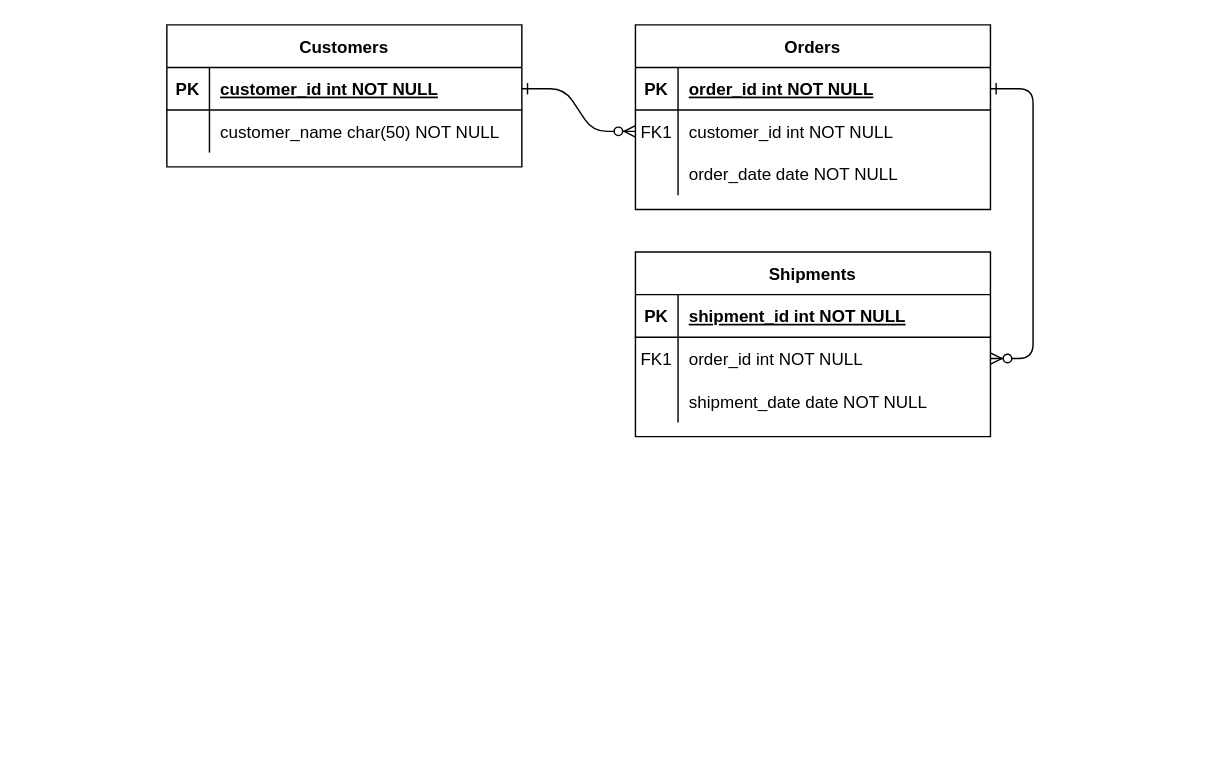
Before: 名称未設定ファイル.drawio in daichi-50/make_ER, a draw.io diagram. Source tidied: cells renumbered, new cells numbered last; positions are measured from the earlier drawing's top-left corner, leaving out a move shared by most shapes. Both pictures are drawn from the tidied source at 142%, with x=0, y=0 at pixel (166, 24).
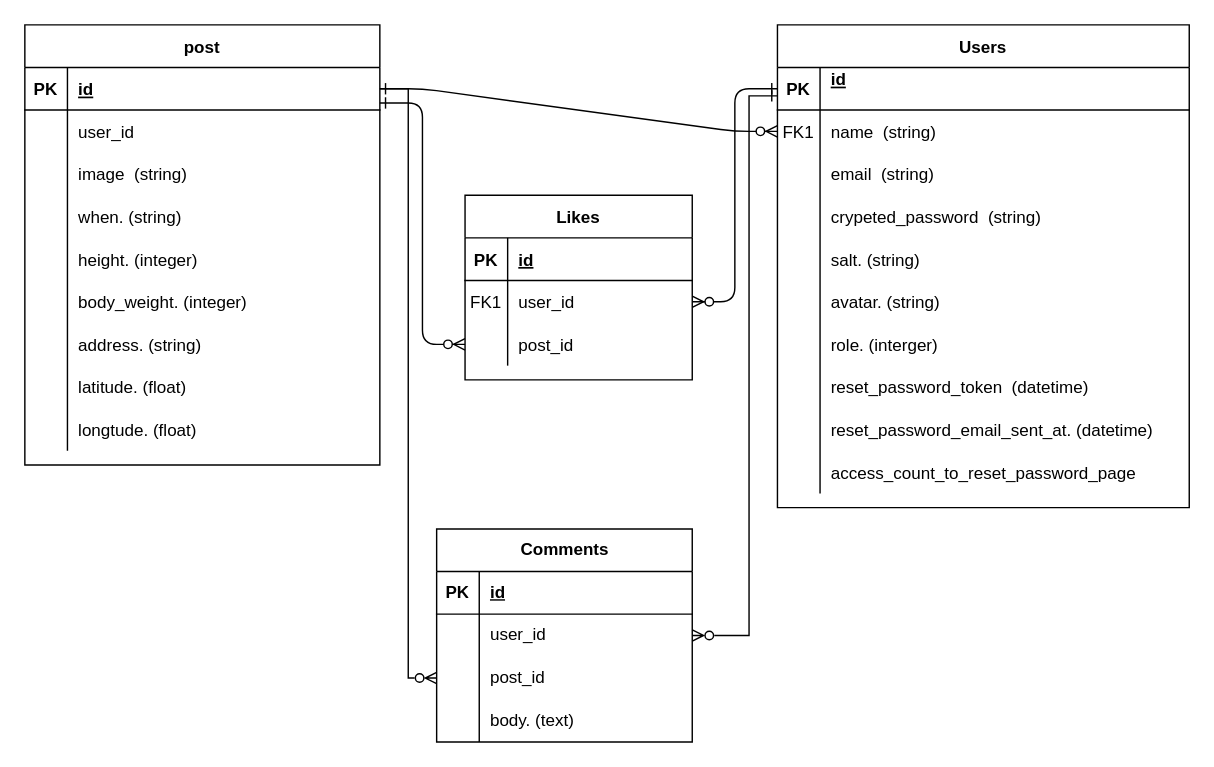
The same diagram, later.

Commit message:
jibun_sagasitemasu

Unchanged cells that the change refers to:
```xml
<mxCell id="25" style="shape=partialRectangle;fillColor=none;points=[[0,0.5],[1,0.5]];portConstraint=eastwest;top=0;left=0;right=0;bottom=1;" parent="24" vertex="1">
  <mxGeometry y="30" width="250" height="30" as="geometry" />
</mxCell>
<mxCell id="28" style="shape=partialRectangle;fillColor=none;top=0;left=0;right=0;bottom=0;" parent="24" vertex="1">
  <mxGeometry y="60" width="250" height="30" as="geometry" />
</mxCell>
```

Change to the diagram source:
```diff
@@
-    <mxCell id="4" value="Orders" style="shape=table;startSize=30;childLayout=tableLayout;rowLines=0;fontStyle=1;align=center;" parent="1" vertex="1">
-      <mxGeometry x="330" width="250" height="130" as="geometry" />
+    <mxCell id="4" value="Users" style="shape=table;startSize=30;childLayout=tableLayout;rowLines=0;fontStyle=1;align=center;" parent="1" vertex="1">
+      <mxGeometry x="430" width="290" height="340" as="geometry" />
     </mxCell>
     <mxCell id="5" style="shape=partialRectangle;fillColor=none;points=[[0,0.5],[1,0.5]];portConstraint=eastwest;top=0;left=0;right=0;bottom=1;" parent="4" vertex="1">
-      <mxGeometry y="30" width="250" height="30" as="geometry" />
+      <mxGeometry y="30" width="290" height="30" as="geometry" />
     </mxCell>
@@
-    <mxCell id="7" value="order_id int NOT NULL " style="shape=partialRectangle;overflow=hidden;fillColor=none;top=0;left=0;bottom=0;right=0;align=left;spacingLeft=6;fontStyle=5;" parent="5" vertex="1">
-      <mxGeometry x="30" width="220" height="30" as="geometry" />
+    <mxCell id="7" value="id&#10;" style="shape=partialRectangle;overflow=hidden;fillColor=none;top=0;left=0;bottom=0;right=0;align=left;spacingLeft=6;fontStyle=5;" parent="5" vertex="1">
+      <mxGeometry x="30" width="260" height="30" as="geometry" />
     </mxCell>
     <mxCell id="8" style="shape=partialRectangle;fillColor=none;points=[[0,0.5],[1,0.5]];portConstraint=eastwest;top=0;left=0;right=0;bottom=0;" parent="4" vertex="1">
-      <mxGeometry y="60" width="250" height="30" as="geometry" />
+      <mxGeometry y="60" width="290" height="30" as="geometry" />
     </mxCell>
@@
-    <mxCell id="10" value="customer_id int NOT NULL" style="shape=partialRectangle;overflow=hidden;fillColor=none;top=0;left=0;bottom=0;right=0;align=left;spacingLeft=6;" parent="8" vertex="1">
-      <mxGeometry x="30" width="220" height="30" as="geometry" />
+    <mxCell id="10" value="name  (string)" style="shape=partialRectangle;overflow=hidden;fillColor=none;top=0;left=0;bottom=0;right=0;align=left;spacingLeft=6;" parent="8" vertex="1">
+      <mxGeometry x="30" width="260" height="30" as="geometry" />
     </mxCell>
     <mxCell id="11" style="shape=partialRectangle;fillColor=none;top=0;left=0;right=0;bottom=0;" parent="4" vertex="1">
-      <mxGeometry y="90" width="250" height="30" as="geometry" />
+      <mxGeometry y="90" width="290" height="30" as="geometry" />
     </mxCell>
@@
-    <mxCell id="13" value="order_date date NOT NULL" style="shape=partialRectangle;overflow=hidden;fillColor=none;top=0;left=0;bottom=0;right=0;align=left;spacingLeft=6;" parent="11" vertex="1">
-      <mxGeometry x="30" width="220" height="30" as="geometry" />
+    <mxCell id="13" value="email  (string)" style="shape=partialRectangle;overflow=hidden;fillColor=none;top=0;left=0;bottom=0;right=0;align=left;spacingLeft=6;" parent="11" vertex="1">
+      <mxGeometry x="30" width="260" height="30" as="geometry" />
     </mxCell>
+    <mxCell id="31" style="shape=partialRectangle;fillColor=none;top=0;left=0;right=0;bottom=0;" parent="4" vertex="1">
+      <mxGeometry y="120" width="290" height="30" as="geometry" />
+    </mxCell>
+    <mxCell id="32" style="shape=partialRectangle;overflow=hidden;fillColor=none;top=0;left=0;bottom=0;right=0;" parent="31" vertex="1">
+      <mxGeometry width="30" height="30" as="geometry" />
+    </mxCell>
+    <mxCell id="33" value="crypeted_password  (string)" style="shape=partialRectangle;overflow=hidden;fillColor=none;top=0;left=0;bottom=0;right=0;align=left;spacingLeft=6;" parent="31" vertex="1">
+      <mxGeometry x="30" width="260" height="30" as="geometry" />
+    </mxCell>
+    <mxCell id="34" style="shape=partialRectangle;fillColor=none;top=0;left=0;right=0;bottom=0;" parent="4" vertex="1">
+      <mxGeometry y="150" width="290" height="30" as="geometry" />
+    </mxCell>
+    <mxCell id="35" style="shape=partialRectangle;overflow=hidden;fillColor=none;top=0;left=0;bottom=0;right=0;" parent="34" vertex="1">
+      <mxGeometry width="30" height="30" as="geometry" />
+    </mxCell>
+    <mxCell id="36" value="salt. (string)" style="shape=partialRectangle;overflow=hidden;fillColor=none;top=0;left=0;bottom=0;right=0;align=left;spacingLeft=6;" parent="34" vertex="1">
+      <mxGeometry x="30" width="260" height="30" as="geometry" />
+    </mxCell>
+    <mxCell id="37" style="shape=partialRectangle;fillColor=none;top=0;left=0;right=0;bottom=0;" parent="4" vertex="1">
+      <mxGeometry y="180" width="290" height="30" as="geometry" />
+    </mxCell>
+    <mxCell id="38" style="shape=partialRectangle;overflow=hidden;fillColor=none;top=0;left=0;bottom=0;right=0;" parent="37" vertex="1">
+      <mxGeometry width="30" height="30" as="geometry" />
+    </mxCell>
+    <mxCell id="39" value="avatar. (string)" style="shape=partialRectangle;overflow=hidden;fillColor=none;top=0;left=0;bottom=0;right=0;align=left;spacingLeft=6;" parent="37" vertex="1">
+      <mxGeometry x="30" width="260" height="30" as="geometry" />
+    </mxCell>
+    <mxCell id="40" style="shape=partialRectangle;fillColor=none;top=0;left=0;right=0;bottom=0;" parent="4" vertex="1">
+      <mxGeometry y="210" width="290" height="30" as="geometry" />
+    </mxCell>
+    <mxCell id="41" style="shape=partialRectangle;overflow=hidden;fillColor=none;top=0;left=0;bottom=0;right=0;" parent="40" vertex="1">
+      <mxGeometry width="30" height="30" as="geometry" />
+    </mxCell>
+    <mxCell id="42" value="role. (interger)" style="shape=partialRectangle;overflow=hidden;fillColor=none;top=0;left=0;bottom=0;right=0;align=left;spacingLeft=6;" parent="40" vertex="1">
+      <mxGeometry x="30" width="260" height="30" as="geometry" />
+    </mxCell>
+    <mxCell id="43" style="shape=partialRectangle;fillColor=none;top=0;left=0;right=0;bottom=0;" parent="4" vertex="1">
+      <mxGeometry y="240" width="290" height="30" as="geometry" />
+    </mxCell>
+    <mxCell id="44" style="shape=partialRectangle;overflow=hidden;fillColor=none;top=0;left=0;bottom=0;right=0;" parent="43" vertex="1">
+      <mxGeometry width="30" height="30" as="geometry" />
+    </mxCell>
+    <mxCell id="45" value="reset_password_token  (datetime)" style="shape=partialRectangle;overflow=hidden;fillColor=none;top=0;left=0;bottom=0;right=0;align=left;spacingLeft=6;" parent="43" vertex="1">
+      <mxGeometry x="30" width="260" height="30" as="geometry" />
+    </mxCell>
+    <mxCell id="46" style="shape=partialRectangle;fillColor=none;top=0;left=0;right=0;bottom=0;" parent="4" vertex="1">
+      <mxGeometry y="270" width="290" height="30" as="geometry" />
+    </mxCell>
+    <mxCell id="47" style="shape=partialRectangle;overflow=hidden;fillColor=none;top=0;left=0;bottom=0;right=0;" parent="46" vertex="1">
+      <mxGeometry width="30" height="30" as="geometry" />
+    </mxCell>
+    <mxCell id="48" value="reset_password_email_sent_at. (datetime)" style="shape=partialRectangle;overflow=hidden;fillColor=none;top=0;left=0;bottom=0;right=0;align=left;spacingLeft=6;" parent="46" vertex="1">
+      <mxGeometry x="30" width="260" height="30" as="geometry" />
+    </mxCell>
+    <mxCell id="49" style="shape=partialRectangle;fillColor=none;top=0;left=0;right=0;bottom=0;" parent="4" vertex="1">
+      <mxGeometry y="300" width="290" height="30" as="geometry" />
+    </mxCell>
+    <mxCell id="50" style="shape=partialRectangle;overflow=hidden;fillColor=none;top=0;left=0;bottom=0;right=0;" parent="49" vertex="1">
+      <mxGeometry width="30" height="30" as="geometry" />
+    </mxCell>
+    <mxCell id="51" value="access_count_to_reset_password_page" style="shape=partialRectangle;overflow=hidden;fillColor=none;top=0;left=0;bottom=0;right=0;align=left;spacingLeft=6;" parent="49" vertex="1">
+      <mxGeometry x="30" width="260" height="30" as="geometry" />
+    </mxCell>
-    <mxCell id="14" value="Shipments" style="shape=table;startSize=30;childLayout=tableLayout;rowLines=0;fontStyle=1;align=center;" parent="1" vertex="1">
-      <mxGeometry x="330" y="160" width="250" height="130" as="geometry" />
+    <mxCell id="14" value="Likes" style="shape=table;startSize=30;childLayout=tableLayout;rowLines=0;fontStyle=1;align=center;" parent="1" vertex="1">
+      <mxGeometry x="210" y="120" width="160" height="130" as="geometry" />
     </mxCell>
     <mxCell id="15" style="shape=partialRectangle;fillColor=none;top=0;left=0;right=0;bottom=1;" parent="14" vertex="1">
-      <mxGeometry y="30" width="250" height="30" as="geometry" />
+      <mxGeometry y="30" width="160" height="30" as="geometry" />
     </mxCell>
@@
-    <mxCell id="17" value="shipment_id int NOT NULL " style="shape=partialRectangle;overflow=hidden;fillColor=none;top=0;left=0;bottom=0;right=0;align=left;spacingLeft=6;fontStyle=5;" parent="15" vertex="1">
-      <mxGeometry x="30" width="220" height="30" as="geometry" />
+    <mxCell id="17" value="id" style="shape=partialRectangle;overflow=hidden;fillColor=none;top=0;left=0;bottom=0;right=0;align=left;spacingLeft=6;fontStyle=5;" parent="15" vertex="1">
+      <mxGeometry x="30" width="130" height="30" as="geometry" />
     </mxCell>
     <mxCell id="18" style="shape=partialRectangle;fillColor=none;points=[[0,0.5],[1,0.5]];portConstraint=eastwest;top=0;left=0;right=0;bottom=0;" parent="14" vertex="1">
-      <mxGeometry y="60" width="250" height="30" as="geometry" />
+      <mxGeometry y="60" width="160" height="30" as="geometry" />
     </mxCell>
@@
-    <mxCell id="20" value="order_id int NOT NULL" style="shape=partialRectangle;overflow=hidden;fillColor=none;top=0;left=0;bottom=0;right=0;align=left;spacingLeft=6;" parent="18" vertex="1">
-      <mxGeometry x="30" width="220" height="30" as="geometry" />
+    <mxCell id="20" value="user_id" style="shape=partialRectangle;overflow=hidden;fillColor=none;top=0;left=0;bottom=0;right=0;align=left;spacingLeft=6;" parent="18" vertex="1">
+      <mxGeometry x="30" width="130" height="30" as="geometry" />
     </mxCell>
     <mxCell id="21" style="shape=partialRectangle;fillColor=none;points=[[0,0.5],[1,0.5]];portConstraint=eastwest;top=0;left=0;right=0;bottom=0;" parent="14" vertex="1">
-      <mxGeometry y="90" width="250" height="30" as="geometry" />
+      <mxGeometry y="90" width="160" height="30" as="geometry" />
     </mxCell>
@@
-    <mxCell id="23" value="shipment_date date NOT NULL" style="shape=partialRectangle;overflow=hidden;fillColor=none;top=0;left=0;bottom=0;right=0;align=left;spacingLeft=6;" parent="21" vertex="1">
-      <mxGeometry x="30" width="220" height="30" as="geometry" />
+    <mxCell id="23" value="post_id" style="shape=partialRectangle;overflow=hidden;fillColor=none;top=0;left=0;bottom=0;right=0;align=left;spacingLeft=6;" parent="21" vertex="1">
+      <mxGeometry x="30" width="130" height="30" as="geometry" />
     </mxCell>
-    <mxCell id="24" value="Customers" style="shape=table;startSize=30;childLayout=tableLayout;rowLines=0;fontStyle=1;align=center;" parent="1" vertex="1">
-      <mxGeometry width="250" height="100" as="geometry" />
+    <mxCell id="24" value="post" style="shape=table;startSize=30;childLayout=tableLayout;rowLines=0;fontStyle=1;align=center;" parent="1" vertex="1">
+      <mxGeometry x="-100" width="250" height="310" as="geometry" />
     </mxCell>
@@
-    <mxCell id="27" value="customer_id int NOT NULL " style="shape=partialRectangle;overflow=hidden;fillColor=none;top=0;left=0;bottom=0;right=0;align=left;spacingLeft=6;fontStyle=5;" parent="25" vertex="1">
+    <mxCell id="27" value="id" style="shape=partialRectangle;overflow=hidden;fillColor=none;top=0;left=0;bottom=0;right=0;align=left;spacingLeft=6;fontStyle=5;" parent="25" vertex="1">
       <mxGeometry x="30" width="220" height="30" as="geometry" />
     </mxCell>
@@
-    <mxCell id="30" value="customer_name char(50) NOT NULL" style="shape=partialRectangle;overflow=hidden;fillColor=none;top=0;left=0;bottom=0;right=0;align=left;spacingLeft=6;" parent="28" vertex="1">
+    <mxCell id="30" value="user_id" style="shape=partialRectangle;overflow=hidden;fillColor=none;top=0;left=0;bottom=0;right=0;align=left;spacingLeft=6;" parent="28" vertex="1">
       <mxGeometry x="30" width="220" height="30" as="geometry" />
     </mxCell>
+    <mxCell id="52" style="shape=partialRectangle;fillColor=none;top=0;left=0;right=0;bottom=0;" parent="24" vertex="1">
+      <mxGeometry y="90" width="250" height="30" as="geometry" />
+    </mxCell>
+    <mxCell id="53" style="shape=partialRectangle;overflow=hidden;fillColor=none;top=0;left=0;bottom=0;right=0;" parent="52" vertex="1">
+      <mxGeometry width="30" height="30" as="geometry" />
+    </mxCell>
+    <mxCell id="54" value="image  (string)" style="shape=partialRectangle;overflow=hidden;fillColor=none;top=0;left=0;bottom=0;right=0;align=left;spacingLeft=6;" parent="52" vertex="1">
+      <mxGeometry x="30" width="220" height="30" as="geometry" />
+    </mxCell>
+    <mxCell id="55" style="shape=partialRectangle;fillColor=none;top=0;left=0;right=0;bottom=0;" parent="24" vertex="1">
+      <mxGeometry y="120" width="250" height="30" as="geometry" />
+    </mxCell>
+    <mxCell id="56" style="shape=partialRectangle;overflow=hidden;fillColor=none;top=0;left=0;bottom=0;right=0;" parent="55" vertex="1">
+      <mxGeometry width="30" height="30" as="geometry" />
+    </mxCell>
+    <mxCell id="57" value="when. (string)" style="shape=partialRectangle;overflow=hidden;fillColor=none;top=0;left=0;bottom=0;right=0;align=left;spacingLeft=6;" parent="55" vertex="1">
+      <mxGeometry x="30" width="220" height="30" as="geometry" />
+    </mxCell>
+    <mxCell id="58" style="shape=partialRectangle;fillColor=none;top=0;left=0;right=0;bottom=0;" parent="24" vertex="1">
+      <mxGeometry y="150" width="250" height="30" as="geometry" />
+    </mxCell>
+    <mxCell id="59" style="shape=partialRectangle;overflow=hidden;fillColor=none;top=0;left=0;bottom=0;right=0;" parent="58" vertex="1">
+      <mxGeometry width="30" height="30" as="geometry" />
+    </mxCell>
+    <mxCell id="60" value="height. (integer)" style="shape=partialRectangle;overflow=hidden;fillColor=none;top=0;left=0;bottom=0;right=0;align=left;spacingLeft=6;" parent="58" vertex="1">
+      <mxGeometry x="30" width="220" height="30" as="geometry" />
+    </mxCell>
+    <mxCell id="61" style="shape=partialRectangle;fillColor=none;top=0;left=0;right=0;bottom=0;" parent="24" vertex="1">
+      <mxGeometry y="180" width="250" height="30" as="geometry" />
+    </mxCell>
+    <mxCell id="62" style="shape=partialRectangle;overflow=hidden;fillColor=none;top=0;left=0;bottom=0;right=0;" parent="61" vertex="1">
+      <mxGeometry width="30" height="30" as="geometry" />
+    </mxCell>
+    <mxCell id="63" value="body_weight. (integer)" style="shape=partialRectangle;overflow=hidden;fillColor=none;top=0;left=0;bottom=0;right=0;align=left;spacingLeft=6;" parent="61" vertex="1">
+      <mxGeometry x="30" width="220" height="30" as="geometry" />
+    </mxCell>
+    <mxCell id="64" style="shape=partialRectangle;fillColor=none;top=0;left=0;right=0;bottom=0;" parent="24" vertex="1">
+      <mxGeometry y="210" width="250" height="30" as="geometry" />
+    </mxCell>
+    <mxCell id="65" style="shape=partialRectangle;overflow=hidden;fillColor=none;top=0;left=0;bottom=0;right=0;" parent="64" vertex="1">
+      <mxGeometry width="30" height="30" as="geometry" />
+    </mxCell>
+    <mxCell id="66" value="address. (string)" style="shape=partialRectangle;overflow=hidden;fillColor=none;top=0;left=0;bottom=0;right=0;align=left;spacingLeft=6;" parent="64" vertex="1">
+      <mxGeometry x="30" width="220" height="30" as="geometry" />
+    </mxCell>
+    <mxCell id="67" style="shape=partialRectangle;fillColor=none;top=0;left=0;right=0;bottom=0;" parent="24" vertex="1">
+      <mxGeometry y="240" width="250" height="30" as="geometry" />
+    </mxCell>
+    <mxCell id="68" style="shape=partialRectangle;overflow=hidden;fillColor=none;top=0;left=0;bottom=0;right=0;" parent="67" vertex="1">
+      <mxGeometry width="30" height="30" as="geometry" />
+    </mxCell>
+    <mxCell id="69" value="latitude. (float)" style="shape=partialRectangle;overflow=hidden;fillColor=none;top=0;left=0;bottom=0;right=0;align=left;spacingLeft=6;" parent="67" vertex="1">
+      <mxGeometry x="30" width="220" height="30" as="geometry" />
+    </mxCell>
+    <mxCell id="70" style="shape=partialRectangle;fillColor=none;top=0;left=0;right=0;bottom=0;" parent="24" vertex="1">
+      <mxGeometry y="270" width="250" height="30" as="geometry" />
+    </mxCell>
+    <mxCell id="71" style="shape=partialRectangle;overflow=hidden;fillColor=none;top=0;left=0;bottom=0;right=0;" parent="70" vertex="1">
+      <mxGeometry width="30" height="30" as="geometry" />
+    </mxCell>
+    <mxCell id="72" value="longtude. (float)" style="shape=partialRectangle;overflow=hidden;fillColor=none;top=0;left=0;bottom=0;right=0;align=left;spacingLeft=6;" parent="70" vertex="1">
+      <mxGeometry x="30" width="220" height="30" as="geometry" />
+    </mxCell>
+    <mxCell id="73" value="Comments" style="shape=table;startSize=30;childLayout=tableLayout;rowLines=0;fontStyle=1;align=center;html=1;" parent="1" vertex="1">
+      <mxGeometry x="190" y="355" width="180" height="150" as="geometry" />
+    </mxCell>
+    <mxCell id="74" style="shape=tableRow;horizontal=0;startSize=0;swimlaneHead=0;swimlaneBody=0;fillColor=none;top=0;left=0;right=0;bottom=1;" parent="73" vertex="1">
+      <mxGeometry y="30" width="180" height="30" as="geometry" />
+    </mxCell>
+    <mxCell id="75" value="PK" style="shape=partialRectangle;fillColor=none;top=0;left=0;bottom=0;right=0;fontStyle=1;overflow=hidden;whiteSpace=wrap;html=1;" parent="74" vertex="1">
+      <mxGeometry width="30" height="30" as="geometry" />
+    </mxCell>
+    <mxCell id="76" value="id" style="shape=partialRectangle;fillColor=none;top=0;left=0;bottom=0;right=0;align=left;spacingLeft=6;fontStyle=5;overflow=hidden;whiteSpace=wrap;html=1;" parent="74" vertex="1">
+      <mxGeometry x="30" width="150" height="30" as="geometry" />
+    </mxCell>
+    <mxCell id="77" style="shape=tableRow;horizontal=0;startSize=0;swimlaneHead=0;swimlaneBody=0;fillColor=none;points=[[0,0.5],[1,0.5]];portConstraint=eastwest;top=0;left=0;right=0;bottom=0;" parent="73" vertex="1">
+      <mxGeometry y="60" width="180" height="30" as="geometry" />
+    </mxCell>
+    <mxCell id="78" style="shape=partialRectangle;fillColor=none;top=0;left=0;bottom=0;right=0;overflow=hidden;whiteSpace=wrap;html=1;" parent="77" vertex="1">
+      <mxGeometry width="30" height="30" as="geometry" />
+    </mxCell>
+    <mxCell id="79" value="user_id" style="shape=partialRectangle;fillColor=none;top=0;left=0;bottom=0;right=0;align=left;spacingLeft=6;overflow=hidden;whiteSpace=wrap;html=1;" parent="77" vertex="1">
+      <mxGeometry x="30" width="150" height="30" as="geometry" />
+    </mxCell>
+    <mxCell id="80" style="shape=tableRow;horizontal=0;startSize=0;swimlaneHead=0;swimlaneBody=0;fillColor=none;points=[[0,0.5],[1,0.5]];portConstraint=eastwest;top=0;left=0;right=0;bottom=0;" parent="73" vertex="1">
+      <mxGeometry y="90" width="180" height="30" as="geometry" />
+    </mxCell>
+    <mxCell id="81" style="shape=partialRectangle;fillColor=none;top=0;left=0;bottom=0;right=0;overflow=hidden;whiteSpace=wrap;html=1;" parent="80" vertex="1">
+      <mxGeometry width="30" height="30" as="geometry" />
+    </mxCell>
+    <mxCell id="82" value="post_id" style="shape=partialRectangle;fillColor=none;top=0;left=0;bottom=0;right=0;align=left;spacingLeft=6;overflow=hidden;whiteSpace=wrap;html=1;" parent="80" vertex="1">
+      <mxGeometry x="30" width="150" height="30" as="geometry" />
+    </mxCell>
+    <mxCell id="83" style="shape=tableRow;horizontal=0;startSize=0;swimlaneHead=0;swimlaneBody=0;fillColor=none;top=0;left=0;right=0;bottom=0;" parent="73" vertex="1">
+      <mxGeometry y="120" width="180" height="30" as="geometry" />
+    </mxCell>
+    <mxCell id="84" style="shape=partialRectangle;fillColor=none;top=0;left=0;bottom=0;right=0;overflow=hidden;whiteSpace=wrap;html=1;" parent="83" vertex="1">
+      <mxGeometry width="30" height="30" as="geometry" />
+    </mxCell>
+    <mxCell id="85" value="body. (text)" style="shape=partialRectangle;fillColor=none;top=0;left=0;bottom=0;right=0;align=left;spacingLeft=6;overflow=hidden;whiteSpace=wrap;html=1;" parent="83" vertex="1">
+      <mxGeometry x="30" width="150" height="30" as="geometry" />
+    </mxCell>
+    <mxCell id="86" style="edgeStyle=entityRelationEdgeStyle;endArrow=ERzeroToMany;startArrow=ERone;endFill=1;startFill=0;entryX=0;entryY=0.5;entryDx=0;entryDy=0;" parent="1" edge="1" target="21">
+      <mxGeometry relative="1" as="geometry">
+        <mxPoint x="150" y="55" as="sourcePoint" />
+      </mxGeometry>
+    </mxCell>
+    <mxCell id="87" style="rounded=0;jettySize=auto;html=1;startArrow=ERone;startFill=0;endArrow=ERzeroToMany;endFill=0;entryX=1;entryY=0.5;entryDx=0;entryDy=0;" parent="1" edge="1" target="77">
+      <mxGeometry relative="1" as="geometry">
+        <mxPoint x="430" y="50" as="sourcePoint" />
+        <Array as="points">
+          <mxPoint x="410" y="50" />
+          <mxPoint x="410" y="430" />
+        </Array>
+      </mxGeometry>
+    </mxCell>
+    <mxCell id="88" style="edgeStyle=orthogonalEdgeStyle;rounded=0;jettySize=auto;html=1;entryX=0;entryY=0.5;entryDx=0;entryDy=0;endArrow=ERzeroToMany;endFill=0;" parent="1" edge="1" source="25" target="80">
+      <mxGeometry relative="1" as="geometry" />
+    </mxCell>
```
